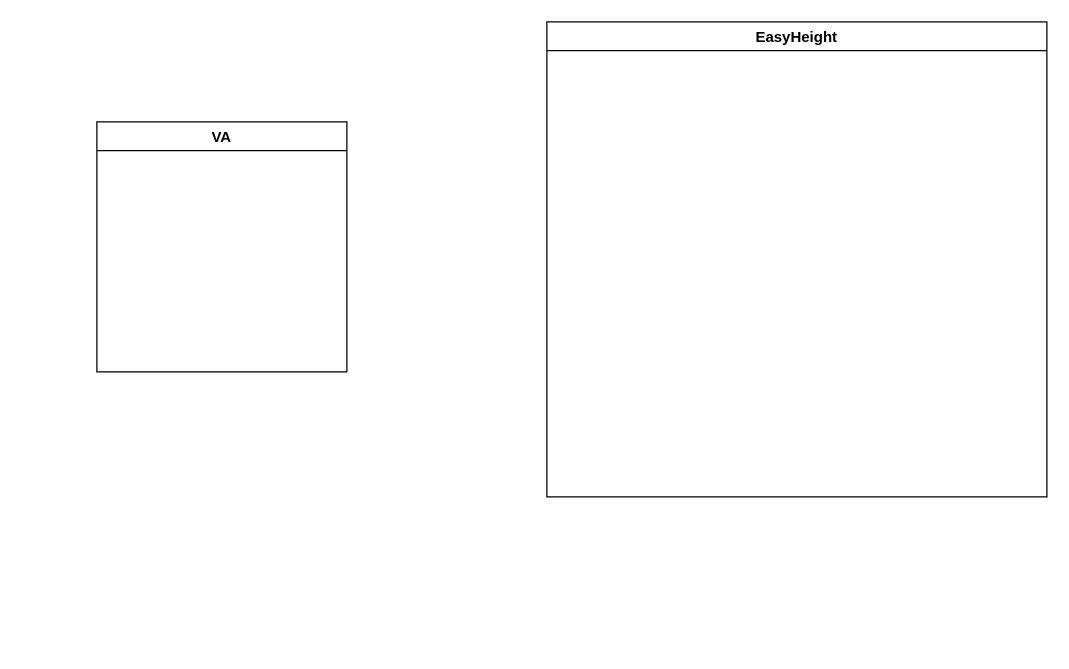
Above: EasyHeight.Framework.drawio in joeaaron/OnlineDiagram (draw.io), before the change. Source tidied: cells renumbered, new cells numbered last; positions are measured from the earlier drawing's top-left corner, leaving out a move shared by most shapes. Both pictures are drawn from the tidied source at 125%, with x=0, y=0 at pixel (96, 21).
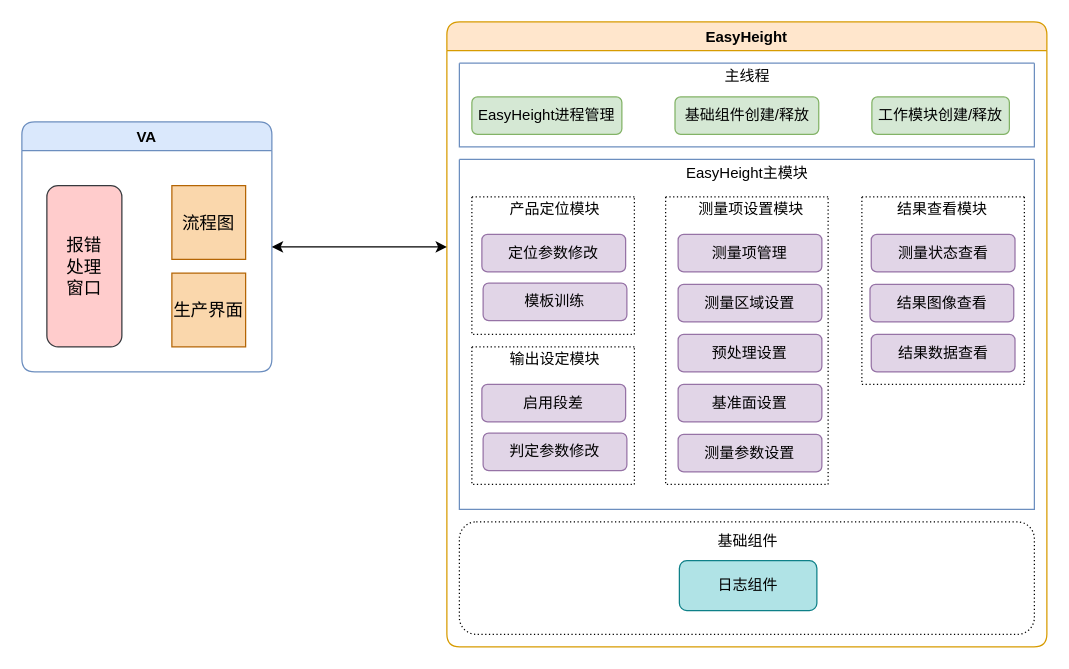
Above is the later version.

What changed in the source:
```diff
@@
-    <mxCell id="2" value="VA" style="swimlane;" parent="1" vertex="1">
-      <mxGeometry y="80" width="200" height="200" as="geometry" />
+    <mxCell id="2" value="VA" style="swimlane;fillColor=#dae8fc;strokeColor=#6c8ebf;rounded=1;" parent="1" vertex="1">
+      <mxGeometry x="-60" y="80" width="200" height="200" as="geometry" />
     </mxCell>
+    <mxCell id="4" value="&lt;font style=&quot;font-size: 14px&quot;&gt;报错&lt;br&gt;处理&lt;br&gt;窗口&lt;/font&gt;" style="rounded=1;whiteSpace=wrap;html=1;shadow=0;fillColor=#ffcccc;strokeColor=#36393d;" parent="2" vertex="1">
+      <mxGeometry x="20" y="51" width="60" height="129" as="geometry" />
+    </mxCell>
+    <mxCell id="5" value="流程图" style="whiteSpace=wrap;html=1;rounded=0;shadow=0;fontSize=14;fillColor=#fad7ac;strokeColor=#b46504;" parent="2" vertex="1">
+      <mxGeometry x="120" y="51" width="59" height="59" as="geometry" />
+    </mxCell>
+    <mxCell id="6" value="生产界面" style="whiteSpace=wrap;html=1;rounded=0;shadow=0;fontSize=14;fillColor=#fad7ac;strokeColor=#b46504;" parent="2" vertex="1">
+      <mxGeometry x="120" y="121" width="59" height="59" as="geometry" />
+    </mxCell>
-    <mxCell id="3" value="EasyHeight" style="swimlane;" parent="1" vertex="1">
-      <mxGeometry x="360" width="400" height="380" as="geometry" />
+    <mxCell id="3" value="EasyHeight" style="swimlane;fillColor=#ffe6cc;strokeColor=#d79b00;rounded=1;" parent="1" vertex="1">
+      <mxGeometry x="280" width="480" height="500" as="geometry" />
     </mxCell>
+    <mxCell id="7" style="swimlane;startSize=0;fillColor=#dae8fc;strokeColor=#6c8ebf;rounded=1;" parent="3" vertex="1">
+      <mxGeometry x="10" y="33" width="460" height="67" as="geometry" />
+    </mxCell>
+    <mxCell id="8" value="EasyHeight进程管理" style="rounded=1;whiteSpace=wrap;html=1;fillColor=#d5e8d4;strokeColor=#82b366;" parent="7" vertex="1">
+      <mxGeometry x="10" y="27" width="120" height="30" as="geometry" />
+    </mxCell>
+    <mxCell id="9" value="基础组件创建/释放" style="rounded=1;whiteSpace=wrap;html=1;fillColor=#d5e8d4;strokeColor=#82b366;" parent="7" vertex="1">
+      <mxGeometry x="172.5" y="27" width="115" height="30" as="geometry" />
+    </mxCell>
+    <mxCell id="10" value="工作模块创建/释放" style="rounded=1;whiteSpace=wrap;html=1;fillColor=#d5e8d4;strokeColor=#82b366;" parent="7" vertex="1">
+      <mxGeometry x="330" y="27" width="110" height="30" as="geometry" />
+    </mxCell>
+    <mxCell id="11" value="主线程" style="text;html=1;align=center;verticalAlign=middle;strokeColor=none;fillColor=none;" parent="7" vertex="1">
+      <mxGeometry x="205" y="1" width="50" height="20" as="geometry" />
+    </mxCell>
+    <mxCell id="12" style="swimlane;startSize=0;fillColor=#dae8fc;strokeColor=#6c8ebf;rounded=1;" parent="3" vertex="1">
+      <mxGeometry x="10" y="110" width="460" height="280" as="geometry" />
+    </mxCell>
+    <mxCell id="13" value="EasyHeight主模块" style="text;html=1;align=center;verticalAlign=middle;strokeColor=none;fillColor=none;" parent="12" vertex="1">
+      <mxGeometry x="175" y="1" width="110" height="20" as="geometry" />
+    </mxCell>
+    <mxCell id="14" style="swimlane;startSize=0;dashed=1;dashPattern=1 2;" parent="12" vertex="1">
+      <mxGeometry x="10" y="30" width="130" height="110" as="geometry" />
+    </mxCell>
+    <mxCell id="15" value="定位参数修改" style="rounded=1;whiteSpace=wrap;html=1;fillColor=#e1d5e7;strokeColor=#9673a6;" parent="14" vertex="1">
+      <mxGeometry x="8" y="30" width="115" height="30" as="geometry" />
+    </mxCell>
+    <mxCell id="16" value="模板训练" style="rounded=1;whiteSpace=wrap;html=1;fillColor=#e1d5e7;strokeColor=#9673a6;" parent="14" vertex="1">
+      <mxGeometry x="9" y="69" width="115" height="30" as="geometry" />
+    </mxCell>
+    <mxCell id="17" value="产品定位模块" style="text;html=1;align=center;verticalAlign=middle;strokeColor=none;fillColor=none;" parent="14" vertex="1">
+      <mxGeometry x="20.5" width="90" height="20" as="geometry" />
+    </mxCell>
+    <mxCell id="18" style="swimlane;startSize=0;shadow=0;dashed=1;dashPattern=1 2;" parent="12" vertex="1">
+      <mxGeometry x="165" y="30" width="130" height="230" as="geometry" />
+    </mxCell>
+    <mxCell id="19" value="测量项设置模块" style="text;html=1;align=center;verticalAlign=middle;strokeColor=none;fillColor=none;" parent="18" vertex="1">
+      <mxGeometry x="17.5" width="100" height="20" as="geometry" />
+    </mxCell>
+    <mxCell id="20" value="测量项管理" style="rounded=1;whiteSpace=wrap;html=1;fillColor=#e1d5e7;strokeColor=#9673a6;" parent="18" vertex="1">
+      <mxGeometry x="10" y="30" width="115" height="30" as="geometry" />
+    </mxCell>
+    <mxCell id="21" value="测量区域设置" style="rounded=1;whiteSpace=wrap;html=1;fillColor=#e1d5e7;strokeColor=#9673a6;" parent="18" vertex="1">
+      <mxGeometry x="10" y="70" width="115" height="30" as="geometry" />
+    </mxCell>
+    <mxCell id="22" value="预处理设置" style="rounded=1;whiteSpace=wrap;html=1;fillColor=#e1d5e7;strokeColor=#9673a6;" parent="18" vertex="1">
+      <mxGeometry x="10" y="110" width="115" height="30" as="geometry" />
+    </mxCell>
+    <mxCell id="23" value="基准面设置" style="rounded=1;whiteSpace=wrap;html=1;fillColor=#e1d5e7;strokeColor=#9673a6;" parent="18" vertex="1">
+      <mxGeometry x="10" y="150" width="115" height="30" as="geometry" />
+    </mxCell>
+    <mxCell id="24" value="测量参数设置" style="rounded=1;whiteSpace=wrap;html=1;fillColor=#e1d5e7;strokeColor=#9673a6;" parent="18" vertex="1">
+      <mxGeometry x="10" y="190" width="115" height="30" as="geometry" />
+    </mxCell>
+    <mxCell id="25" style="swimlane;startSize=0;dashed=1;dashPattern=1 2;" parent="12" vertex="1">
+      <mxGeometry x="322" y="30" width="130" height="150" as="geometry" />
+    </mxCell>
+    <mxCell id="26" value="测量状态查看" style="rounded=1;whiteSpace=wrap;html=1;fillColor=#e1d5e7;strokeColor=#9673a6;" parent="25" vertex="1">
+      <mxGeometry x="7.5" y="30" width="115" height="30" as="geometry" />
+    </mxCell>
+    <mxCell id="27" value="结果图像查看" style="rounded=1;whiteSpace=wrap;html=1;fillColor=#e1d5e7;strokeColor=#9673a6;" parent="25" vertex="1">
+      <mxGeometry x="6.5" y="70" width="115" height="30" as="geometry" />
+    </mxCell>
+    <mxCell id="28" value="结果数据查看" style="rounded=1;whiteSpace=wrap;html=1;fillColor=#e1d5e7;strokeColor=#9673a6;" parent="25" vertex="1">
+      <mxGeometry x="7.5" y="110" width="115" height="30" as="geometry" />
+    </mxCell>
+    <mxCell id="29" value="结果查看模块" style="text;html=1;align=center;verticalAlign=middle;strokeColor=none;fillColor=none;" parent="25" vertex="1">
+      <mxGeometry x="19" width="90" height="20" as="geometry" />
+    </mxCell>
+    <mxCell id="30" style="swimlane;startSize=0;dashed=1;dashPattern=1 2;" parent="12" vertex="1">
+      <mxGeometry x="10" y="150" width="130" height="110" as="geometry" />
+    </mxCell>
+    <mxCell id="31" value="启用段差" style="rounded=1;whiteSpace=wrap;html=1;fillColor=#e1d5e7;strokeColor=#9673a6;" parent="30" vertex="1">
+      <mxGeometry x="8" y="30" width="115" height="30" as="geometry" />
+    </mxCell>
+    <mxCell id="32" value="判定参数修改" style="rounded=1;whiteSpace=wrap;html=1;fillColor=#e1d5e7;strokeColor=#9673a6;" parent="30" vertex="1">
+      <mxGeometry x="9" y="69" width="115" height="30" as="geometry" />
+    </mxCell>
+    <mxCell id="33" value="输出设定模块" style="text;html=1;align=center;verticalAlign=middle;strokeColor=none;fillColor=none;" parent="30" vertex="1">
+      <mxGeometry x="20.5" width="90" height="20" as="geometry" />
+    </mxCell>
+    <mxCell id="34" style="rounded=1;whiteSpace=wrap;html=1;shadow=0;dashed=1;dashPattern=1 2;" parent="3" vertex="1">
+      <mxGeometry x="10" y="400" width="460" height="90" as="geometry" />
+    </mxCell>
+    <mxCell id="35" value="基础组件" style="text;html=1;strokeColor=none;fillColor=none;align=center;verticalAlign=middle;whiteSpace=wrap;rounded=0;shadow=0;dashed=1;dashPattern=1 2;" parent="3" vertex="1">
+      <mxGeometry x="211" y="401" width="60" height="30" as="geometry" />
+    </mxCell>
+    <mxCell id="36" value="日志组件" style="rounded=1;whiteSpace=wrap;html=1;shadow=0;fillColor=#b0e3e6;strokeColor=#0e8088;" parent="3" vertex="1">
+      <mxGeometry x="186" y="431" width="110" height="40" as="geometry" />
+    </mxCell>
+    <mxCell id="37" style="endArrow=classic;startArrow=classic;html=1;rounded=1;exitX=1;exitY=0.5;exitDx=0;exitDy=0;" parent="1" edge="1" source="2">
+      <mxGeometry relative="1" as="geometry">
+        <mxPoint x="280" y="180" as="targetPoint" />
+      </mxGeometry>
+    </mxCell>
```
